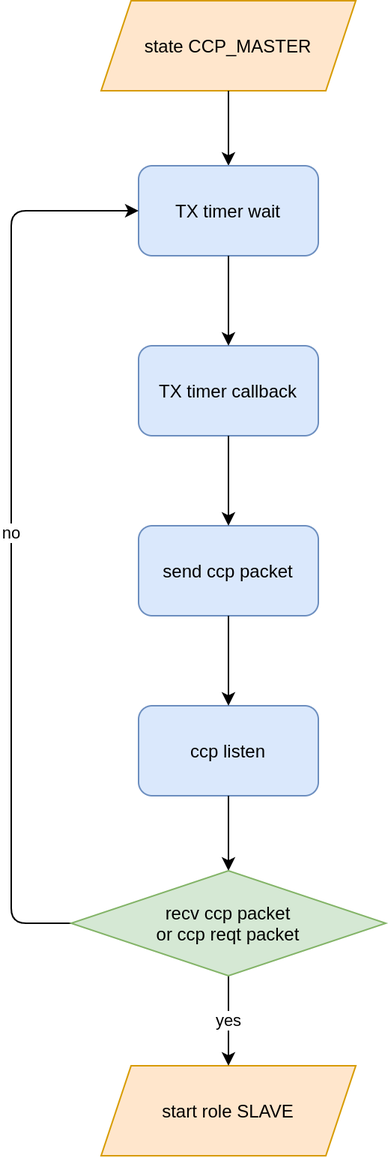
Before: reports/03_firmware/img/ccp_master_flow_chart.png, a diagram exported from draw.io (tuannv-github/uwb-ips). Source tidied: cells renumbered, new cells last; positions are measured from the earlier drawing's top-left corner, leaving out a move shared by most shapes.
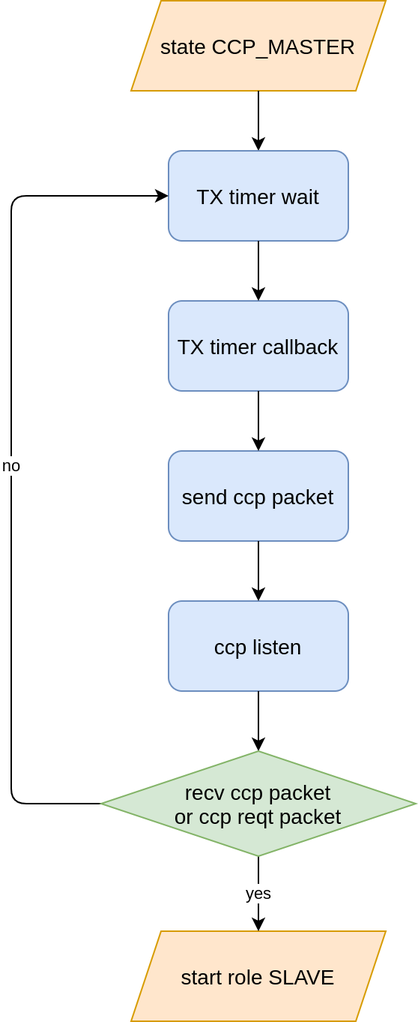
After the commit.

Diff of the diagram source:
```diff
@@ -2,23 +2,23 @@
   <root>
     <mxCell id="0" />
     <mxCell id="1" parent="0" />
-    <mxCell id="2" value="&lt;span&gt;state CCP_MASTER&lt;/span&gt;&lt;span&gt;&lt;br&gt;&lt;/span&gt;" style="shape=parallelogram;perimeter=parallelogramPerimeter;whiteSpace=wrap;html=1;fixedSize=1;fillColor=#ffe6cc;strokeColor=#d79b00;" parent="1" vertex="1">
-      <mxGeometry x="60" width="170" height="60" as="geometry" />
+    <mxCell id="2" value="&lt;span&gt;&lt;font style=&quot;font-size: 14px&quot;&gt;state CCP_MASTER&lt;/font&gt;&lt;/span&gt;&lt;span&gt;&lt;br&gt;&lt;/span&gt;" style="shape=parallelogram;perimeter=parallelogramPerimeter;whiteSpace=wrap;html=1;fixedSize=1;fillColor=#ffe6cc;strokeColor=#d79b00;" parent="1" vertex="1">
+      <mxGeometry x="80" y="10" width="170" height="60" as="geometry" />
     </mxCell>
-    <mxCell id="3" value="&lt;span&gt;TX timer callback&lt;/span&gt;" style="rounded=1;whiteSpace=wrap;html=1;fillColor=#dae8fc;strokeColor=#6c8ebf;" parent="1" vertex="1">
-      <mxGeometry x="85" y="230" width="120" height="60" as="geometry" />
+    <mxCell id="3" value="&lt;span&gt;&lt;font style=&quot;font-size: 14px&quot;&gt;TX timer callback&lt;/font&gt;&lt;/span&gt;" style="rounded=1;whiteSpace=wrap;html=1;fillColor=#dae8fc;strokeColor=#6c8ebf;" parent="1" vertex="1">
+      <mxGeometry x="105" y="210" width="120" height="60" as="geometry" />
     </mxCell>
     <mxCell id="4" style="endArrow=classic;html=1;exitX=0.5;exitY=1;exitDx=0;exitDy=0;entryX=0.5;entryY=0;entryDx=0;entryDy=0;" parent="1" edge="1" source="2" target="7">
       <mxGeometry relative="1" as="geometry" />
     </mxCell>
-    <mxCell id="5" value="send ccp packet" style="rounded=1;whiteSpace=wrap;html=1;fillColor=#dae8fc;strokeColor=#6c8ebf;" parent="1" vertex="1">
-      <mxGeometry x="85" y="350" width="120" height="60" as="geometry" />
+    <mxCell id="5" value="&lt;font style=&quot;font-size: 14px&quot;&gt;send ccp packet&lt;/font&gt;" style="rounded=1;whiteSpace=wrap;html=1;fillColor=#dae8fc;strokeColor=#6c8ebf;" parent="1" vertex="1">
+      <mxGeometry x="105" y="310" width="120" height="60" as="geometry" />
     </mxCell>
-    <mxCell id="6" value="ccp listen" style="rounded=1;whiteSpace=wrap;html=1;fillColor=#dae8fc;strokeColor=#6c8ebf;" parent="1" vertex="1">
-      <mxGeometry x="85" y="470" width="120" height="60" as="geometry" />
+    <mxCell id="6" value="&lt;font style=&quot;font-size: 14px&quot;&gt;ccp listen&lt;/font&gt;" style="rounded=1;whiteSpace=wrap;html=1;fillColor=#dae8fc;strokeColor=#6c8ebf;" parent="1" vertex="1">
+      <mxGeometry x="105" y="410" width="120" height="60" as="geometry" />
     </mxCell>
-    <mxCell id="7" value="&lt;span&gt;TX timer wait&lt;/span&gt;" style="rounded=1;whiteSpace=wrap;html=1;fillColor=#dae8fc;strokeColor=#6c8ebf;" parent="1" vertex="1">
-      <mxGeometry x="85" y="110" width="120" height="60" as="geometry" />
+    <mxCell id="7" value="&lt;span&gt;&lt;font style=&quot;font-size: 14px&quot;&gt;TX timer wait&lt;/font&gt;&lt;/span&gt;" style="rounded=1;whiteSpace=wrap;html=1;fillColor=#dae8fc;strokeColor=#6c8ebf;" parent="1" vertex="1">
+      <mxGeometry x="105" y="110" width="120" height="60" as="geometry" />
     </mxCell>
     <mxCell id="8" style="endArrow=classic;html=1;exitX=0.5;exitY=1;exitDx=0;exitDy=0;entryX=0.5;entryY=0;entryDx=0;entryDy=0;" parent="1" edge="1" source="7" target="3">
       <mxGeometry relative="1" as="geometry" />
@@ -32,8 +32,8 @@
     <mxCell id="11" style="endArrow=classic;html=1;exitX=0.5;exitY=1;exitDx=0;exitDy=0;entryX=0.5;entryY=0;entryDx=0;entryDy=0;" parent="1" edge="1" source="6" target="15">
       <mxGeometry relative="1" as="geometry" />
     </mxCell>
-    <mxCell id="12" value="&lt;span&gt;start role SLAVE&lt;/span&gt;&lt;span&gt;&lt;br&gt;&lt;/span&gt;" style="shape=parallelogram;perimeter=parallelogramPerimeter;whiteSpace=wrap;html=1;fixedSize=1;fillColor=#ffe6cc;strokeColor=#d79b00;" parent="1" vertex="1">
-      <mxGeometry x="60" y="710" width="170" height="60" as="geometry" />
+    <mxCell id="12" value="&lt;span&gt;&lt;font style=&quot;font-size: 14px&quot;&gt;start role SLAVE&lt;/font&gt;&lt;/span&gt;&lt;span&gt;&lt;br&gt;&lt;/span&gt;" style="shape=parallelogram;perimeter=parallelogramPerimeter;whiteSpace=wrap;html=1;fixedSize=1;fillColor=#ffe6cc;strokeColor=#d79b00;" parent="1" vertex="1">
+      <mxGeometry x="80" y="630" width="170" height="60" as="geometry" />
     </mxCell>
     <mxCell id="13" value="yes" style="endArrow=classic;html=1;exitX=0.5;exitY=1;exitDx=0;exitDy=0;entryX=0.5;entryY=0;entryDx=0;entryDy=0;" parent="1" edge="1" source="15" target="12">
       <mxGeometry relative="1" as="geometry" />
@@ -41,13 +41,13 @@
     <mxCell id="14" value="no" style="endArrow=classic;html=1;exitX=0;exitY=0.5;exitDx=0;exitDy=0;entryX=0;entryY=0.5;entryDx=0;entryDy=0;" parent="1" edge="1" source="15" target="7">
       <mxGeometry relative="1" as="geometry">
         <Array as="points">
-          <mxPoint y="615" />
+          <mxPoint y="545" />
           <mxPoint y="140" />
         </Array>
       </mxGeometry>
     </mxCell>
-    <mxCell id="15" value="recv ccp packet&lt;br&gt;or ccp reqt packet" style="rhombus;whiteSpace=wrap;html=1;fillColor=#d5e8d4;strokeColor=#82b366;" parent="1" vertex="1">
-      <mxGeometry x="40" y="580" width="210" height="70" as="geometry" />
+    <mxCell id="15" value="&lt;font style=&quot;font-size: 14px&quot;&gt;recv ccp packet&lt;br&gt;or ccp reqt packet&lt;/font&gt;" style="rhombus;whiteSpace=wrap;html=1;fillColor=#d5e8d4;strokeColor=#82b366;" parent="1" vertex="1">
+      <mxGeometry x="60" y="510" width="210" height="70" as="geometry" />
     </mxCell>
   </root>
 </mxGraphModel>
```
